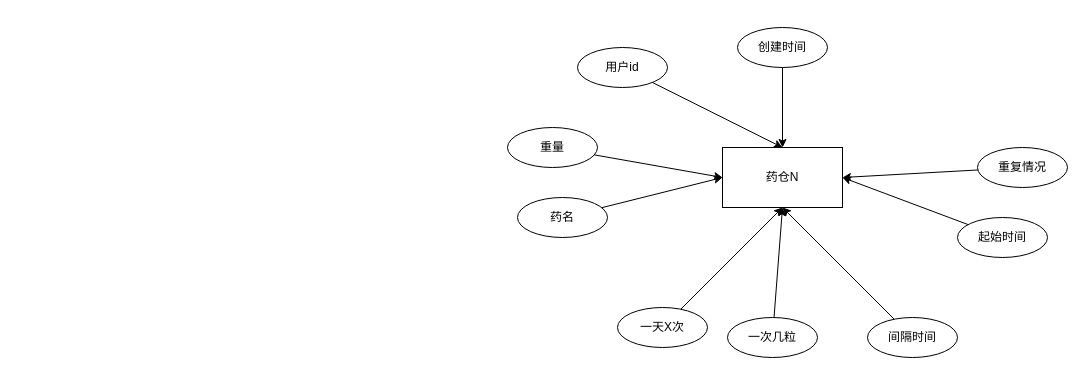
Earlier version of the draw.io diagram 药盒概念结构.drawio (177-Liukuan/MyPicture). Source tidied: cells renumbered, new cells numbered last; positions are measured from the earlier drawing's top-left corner, leaving out a move shared by most shapes. Both pictures are drawn from the tidied source at 100%, with x=0, y=0 at pixel (507, 27).
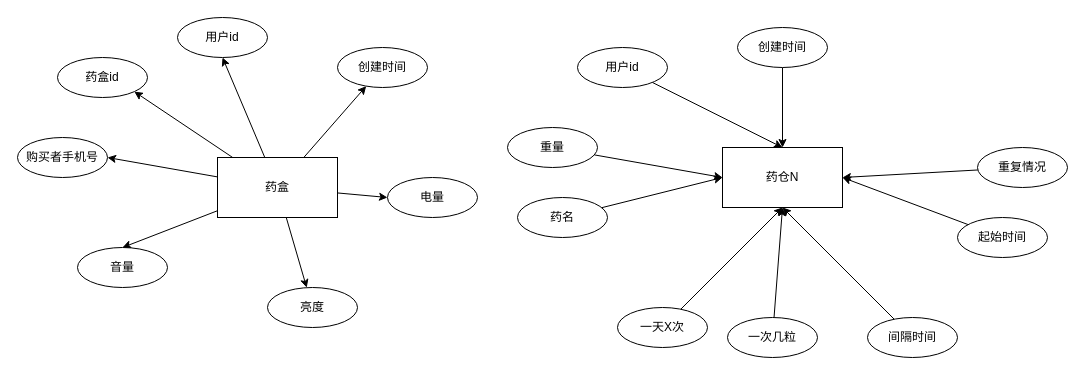
The same page after the edit.

Commit message:
更新药盒概念结构.drawio

The edit, as a diff of the source:
```diff
@@
+    <mxCell id="21" style="rounded=0;jettySize=auto;html=1;entryX=0.5;entryY=1;entryDx=0;entryDy=0;" parent="1" edge="1" source="28" target="29">
+      <mxGeometry relative="1" as="geometry" />
+    </mxCell>
+    <mxCell id="22" style="rounded=0;jettySize=auto;html=1;" parent="1" edge="1" source="28" target="34">
+      <mxGeometry relative="1" as="geometry" />
+    </mxCell>
+    <mxCell id="23" style="rounded=0;jettySize=auto;html=1;entryX=0;entryY=0.5;entryDx=0;entryDy=0;" parent="1" edge="1" source="28" target="33">
+      <mxGeometry relative="1" as="geometry" />
+    </mxCell>
+    <mxCell id="24" style="rounded=0;jettySize=auto;html=1;" parent="1" edge="1" source="28" target="35">
+      <mxGeometry relative="1" as="geometry" />
+    </mxCell>
+    <mxCell id="25" style="rounded=0;jettySize=auto;html=1;entryX=0.5;entryY=0;entryDx=0;entryDy=0;" parent="1" edge="1" source="28" target="32">
+      <mxGeometry relative="1" as="geometry" />
+    </mxCell>
+    <mxCell id="26" style="rounded=0;jettySize=auto;html=1;entryX=1;entryY=0.5;entryDx=0;entryDy=0;" parent="1" edge="1" source="28" target="30">
+      <mxGeometry relative="1" as="geometry" />
+    </mxCell>
+    <mxCell id="27" style="rounded=0;jettySize=auto;html=1;entryX=1;entryY=1;entryDx=0;entryDy=0;" parent="1" edge="1" source="28" target="31">
+      <mxGeometry relative="1" as="geometry" />
+    </mxCell>
+    <mxCell id="28" value="药盒" style="rounded=0;whiteSpace=wrap;html=1;" parent="1" vertex="1">
+      <mxGeometry x="-290" y="130" width="120" height="60" as="geometry" />
+    </mxCell>
+    <mxCell id="29" value="用户id" style="ellipse;whiteSpace=wrap;html=1;" parent="1" vertex="1">
+      <mxGeometry x="-330" y="-10" width="90" height="40" as="geometry" />
+    </mxCell>
+    <mxCell id="30" value="购买者手机号" style="ellipse;whiteSpace=wrap;html=1;" parent="1" vertex="1">
+      <mxGeometry x="-490" y="110" width="90" height="40" as="geometry" />
+    </mxCell>
+    <mxCell id="31" value="药盒id" style="ellipse;whiteSpace=wrap;html=1;" parent="1" vertex="1">
+      <mxGeometry x="-450" y="30" width="90" height="40" as="geometry" />
+    </mxCell>
+    <mxCell id="32" value="音量" style="ellipse;whiteSpace=wrap;html=1;" parent="1" vertex="1">
+      <mxGeometry x="-430" y="220" width="90" height="40" as="geometry" />
+    </mxCell>
+    <mxCell id="33" value="电量" style="ellipse;whiteSpace=wrap;html=1;" parent="1" vertex="1">
+      <mxGeometry x="-120" y="150" width="90" height="40" as="geometry" />
+    </mxCell>
+    <mxCell id="34" value="创建时间" style="ellipse;whiteSpace=wrap;html=1;" parent="1" vertex="1">
+      <mxGeometry x="-170" y="20" width="90" height="40" as="geometry" />
+    </mxCell>
+    <mxCell id="35" value="亮度" style="ellipse;whiteSpace=wrap;html=1;" parent="1" vertex="1">
+      <mxGeometry x="-240" y="260" width="90" height="40" as="geometry" />
+    </mxCell>
```
